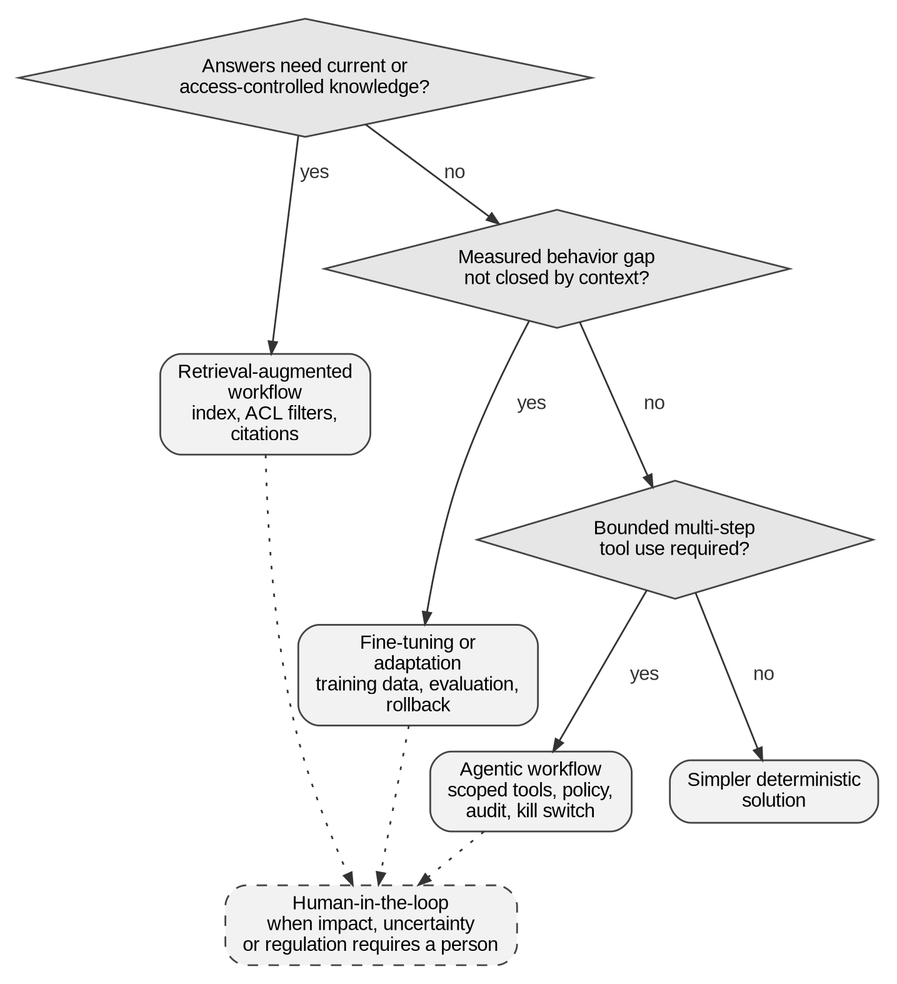
Earlier version of the Graphviz export assets/diagrams/rendered/ch16-patterns.png (cesarcastrocuba/handbook-solutions-architecture). Its source is kept beside it as assets/diagrams/src/ch16-patterns.dot. Source of this version:
```dot
digraph G {

 rankdir=TB;
 q1 [label="Answers need current or\naccess-controlled knowledge?", shape=diamond, style="filled"];
 rag [label="Retrieval-augmented\nworkflow\nindex, ACL filters,\ncitations"];
 q2 [label="Measured behavior gap\nnot closed by context?", shape=diamond, style="filled"];
 ft [label="Fine-tuning or\nadaptation\ntraining data, evaluation,\nrollback"];
 q3 [label="Bounded multi-step\ntool use required?", shape=diamond, style="filled"];
 ag [label="Agentic workflow\nscoped tools, policy,\naudit, kill switch"];
 det [label="Simpler deterministic\nsolution"];
 hitl [label="Human-in-the-loop\nwhen impact, uncertainty\nor regulation requires a person", shape=box, style="rounded,filled,dashed"];
 q1->rag [label=" yes"]; q1->q2 [label=" no"];
 q2->ft [label=" yes"]; q2->q3 [label=" no"];
 q3->ag [label=" yes"]; q3->det [label=" no"];
 rag->hitl [style=dotted]; ft->hitl [style=dotted]; ag->hitl [style=dotted];
}
```
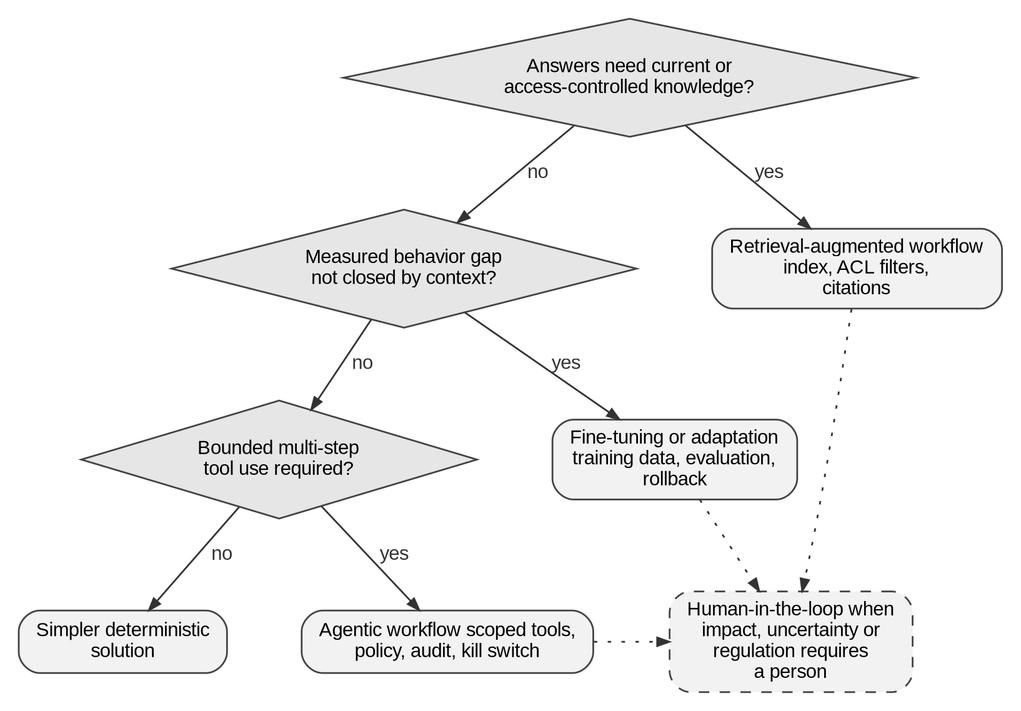
The same diagram one commit later.

Change to the diagram source:
```diff
@@ -2,15 +2,21 @@
 
  rankdir=TB;
  q1 [label="Answers need current or\naccess-controlled knowledge?", shape=diamond, style="filled"];
- rag [label="Retrieval-augmented\nworkflow\nindex, ACL filters,\ncitations"];
+ rag [label="Retrieval-augmented workflow\nindex, ACL filters,\ncitations"];
  q2 [label="Measured behavior gap\nnot closed by context?", shape=diamond, style="filled"];
- ft [label="Fine-tuning or\nadaptation\ntraining data, evaluation,\nrollback"];
+ ft [label="Fine-tuning or adaptation\ntraining data, evaluation,\nrollback"];
  q3 [label="Bounded multi-step\ntool use required?", shape=diamond, style="filled"];
- ag [label="Agentic workflow\nscoped tools, policy,\naudit, kill switch"];
+ ag [label="Agentic workflow scoped tools,\npolicy, audit, kill switch"];
  det [label="Simpler deterministic\nsolution"];
- hitl [label="Human-in-the-loop\nwhen impact, uncertainty\nor regulation requires a person", shape=box, style="rounded,filled,dashed"];
+ hitl [label="Human-in-the-loop when\nimpact, uncertainty or\nregulation requires\na person", shape=box, style="rounded,filled,dashed"];
  q1->rag [label=" yes"]; q1->q2 [label=" no"];
  q2->ft [label=" yes"]; q2->q3 [label=" no"];
  q3->ag [label=" yes"]; q3->det [label=" no"];
  rag->hitl [style=dotted]; ft->hitl [style=dotted]; ag->hitl [style=dotted];
+ {rank=same; q2; rag}
+ q2 -> rag [style=invis];
+ {rank=same; q3; ft}
+ q3 -> ft [style=invis];
+ {rank=same; det; ag; hitl}
+ det -> ag [style=invis];
 }
```
